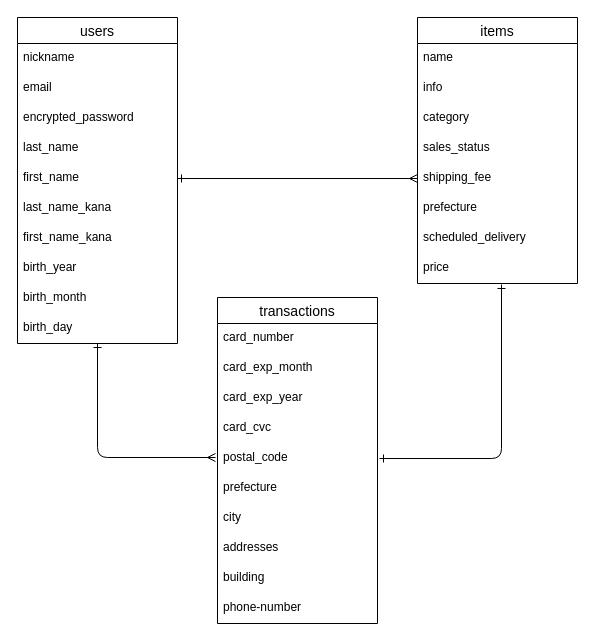
Above: ER.dio in xcattleyax/furima-37242 (draw.io), before the change. Source tidied: cells renumbered, new cells numbered last; positions are measured from the earlier drawing's top-left corner, leaving out a move shared by most shapes. Both pictures are drawn from the tidied source at 100%, with x=0, y=0 at pixel (17, 17).
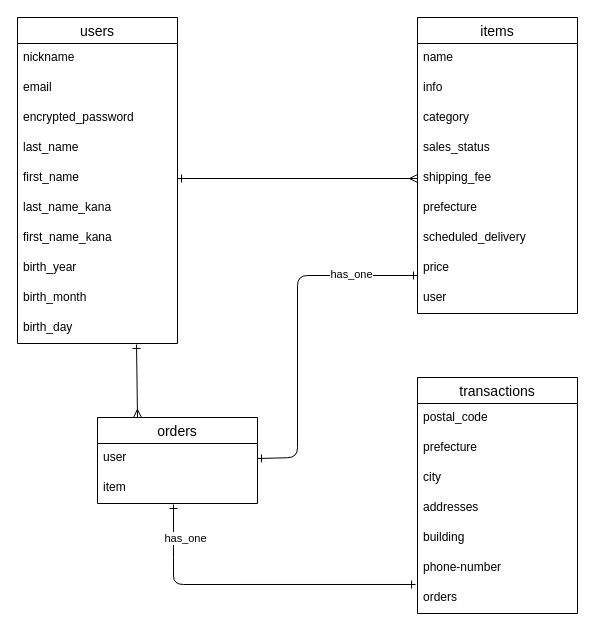
The same diagram, later.

Commit message (it also covers changes not shown here):
購入管理用にordersテーブル作成

The change refers to these unchanged cells:
```xml
<mxCell id="4" value="users" style="swimlane;fontStyle=0;horizontal=1;startSize=26;align=center;fontSize=14;" parent="1" vertex="1">
  <mxGeometry width="160" height="326" as="geometry" />
</mxCell>
<mxCell id="14" value="birth_day" style="text;strokeColor=none;fillColor=none;spacingLeft=4;spacingRight=4;overflow=hidden;points=[[0,0.5],[1,0.5]];portConstraint=eastwest;fontSize=12;" parent="4" vertex="1">
  <mxGeometry y="296" width="160" height="30" as="geometry" />
</mxCell>
```

The edit, as a diff of the source:
```diff
@@
-    <mxCell id="3" style="edgeStyle=none;html=1;startArrow=ERone;startFill=0;endArrow=ERmany;endFill=0;" parent="1" edge="1" source="4">
-      <mxGeometry relative="1" as="geometry">
-        <mxPoint x="198" y="440" as="targetPoint" />
-        <Array as="points">
-          <mxPoint x="80" y="440" />
-        </Array>
-      </mxGeometry>
+    <mxCell id="3" style="edgeStyle=none;html=1;startArrow=ERone;startFill=0;endArrow=ERmany;endFill=0;entryX=0.25;entryY=0;entryDx=0;entryDy=0;exitX=0.744;exitY=1.033;exitDx=0;exitDy=0;exitPerimeter=0;" parent="1" edge="1" source="14" target="41">
+      <mxGeometry relative="1" as="geometry" />
     </mxCell>
@@
     <mxCell id="15" value="items" style="swimlane;fontStyle=0;horizontal=1;startSize=26;align=center;fontSize=14;" parent="1" vertex="1">
-      <mxGeometry x="400" width="160" height="266" as="geometry" />
+      <mxGeometry x="400" width="160" height="296" as="geometry" />
     </mxCell>
@@
+    <mxCell id="36" value="price" style="text;strokeColor=none;fillColor=none;spacingLeft=4;spacingRight=4;overflow=hidden;points=[[0,0.5],[1,0.5]];portConstraint=eastwest;fontSize=12;" parent="15" vertex="1">
+      <mxGeometry y="236" width="160" height="30" as="geometry" />
+    </mxCell>
-    <mxCell id="23" value="price" style="text;strokeColor=none;fillColor=none;spacingLeft=4;spacingRight=4;overflow=hidden;points=[[0,0.5],[1,0.5]];portConstraint=eastwest;fontSize=12;" parent="15" vertex="1">
-      <mxGeometry y="236" width="160" height="30" as="geometry" />
+    <mxCell id="23" value="user" style="text;strokeColor=none;fillColor=none;spacingLeft=4;spacingRight=4;overflow=hidden;points=[[0,0.5],[1,0.5]];portConstraint=eastwest;fontSize=12;" parent="15" vertex="1">
+      <mxGeometry y="266" width="160" height="30" as="geometry" />
     </mxCell>
+    <mxCell id="37" style="edgeStyle=none;html=1;startArrow=ERone;startFill=0;endArrow=ERone;endFill=0;exitX=-0.012;exitY=0.033;exitDx=0;exitDy=0;entryX=0.475;entryY=1.033;entryDx=0;entryDy=0;entryPerimeter=0;exitPerimeter=0;" parent="1" edge="1" source="34" target="43">
+      <mxGeometry relative="1" as="geometry">
+        <Array as="points">
+          <mxPoint x="156" y="567" />
+          <mxPoint x="156" y="550" />
+        </Array>
+      </mxGeometry>
+    </mxCell>
+    <mxCell id="38" value="has_one" style="edgeLabel;html=1;align=center;verticalAlign=middle;" parent="37" vertex="1">
+      <mxGeometry x="0.4" y="1" relative="1" as="geometry">
+        <mxPoint x="-6" y="-47" as="offset" />
+      </mxGeometry>
+    </mxCell>
     <mxCell id="24" value="transactions" style="swimlane;fontStyle=0;horizontal=1;startSize=26;align=center;fontSize=14;" parent="1" vertex="1">
-      <mxGeometry x="200" y="280" width="160" height="326" as="geometry" />
+      <mxGeometry x="400" y="360" width="160" height="236" as="geometry" />
     </mxCell>
-    <mxCell id="25" value="card_number" style="text;strokeColor=none;fillColor=none;spacingLeft=4;spacingRight=4;overflow=hidden;fontSize=12;" parent="24" vertex="1">
-      <mxGeometry y="26" width="160" height="30" as="geometry" />
-    </mxCell>
-    <mxCell id="26" value="card_exp_month" style="text;strokeColor=none;fillColor=none;spacingLeft=4;spacingRight=4;overflow=hidden;fontSize=12;" parent="24" vertex="1">
-      <mxGeometry y="56" width="160" height="30" as="geometry" />
-    </mxCell>
-    <mxCell id="27" value="card_exp_year" style="text;strokeColor=none;fillColor=none;spacingLeft=4;spacingRight=4;overflow=hidden;fontSize=12;" parent="24" vertex="1">
-      <mxGeometry y="86" width="160" height="30" as="geometry" />
-    </mxCell>
-    <mxCell id="28" value="card_cvc" style="text;strokeColor=none;fillColor=none;spacingLeft=4;spacingRight=4;overflow=hidden;fontSize=12;" parent="24" vertex="1">
-      <mxGeometry y="116" width="160" height="30" as="geometry" />
-    </mxCell>
     <mxCell id="29" value="postal_code" style="text;strokeColor=none;fillColor=none;spacingLeft=4;spacingRight=4;overflow=hidden;fontSize=12;" parent="24" vertex="1">
-      <mxGeometry y="146" width="160" height="30" as="geometry" />
+      <mxGeometry y="26" width="160" height="30" as="geometry" />
     </mxCell>
     <mxCell id="30" value="prefecture" style="text;strokeColor=none;fillColor=none;spacingLeft=4;spacingRight=4;overflow=hidden;fontSize=12;" parent="24" vertex="1">
-      <mxGeometry y="176" width="160" height="30" as="geometry" />
+      <mxGeometry y="56" width="160" height="30" as="geometry" />
     </mxCell>
     <mxCell id="31" value="city" style="text;strokeColor=none;fillColor=none;spacingLeft=4;spacingRight=4;overflow=hidden;fontSize=12;" parent="24" vertex="1">
-      <mxGeometry y="206" width="160" height="30" as="geometry" />
+      <mxGeometry y="86" width="160" height="30" as="geometry" />
     </mxCell>
     <mxCell id="32" value="addresses" style="text;strokeColor=none;fillColor=none;spacingLeft=4;spacingRight=4;overflow=hidden;fontSize=12;" parent="24" vertex="1">
-      <mxGeometry y="236" width="160" height="30" as="geometry" />
+      <mxGeometry y="116" width="160" height="30" as="geometry" />
     </mxCell>
     <mxCell id="33" value="building" style="text;strokeColor=none;fillColor=none;spacingLeft=4;spacingRight=4;overflow=hidden;fontSize=12;" parent="24" vertex="1">
-      <mxGeometry y="266" width="160" height="30" as="geometry" />
+      <mxGeometry y="146" width="160" height="30" as="geometry" />
     </mxCell>
+    <mxCell id="39" value="phone-number" style="text;strokeColor=none;fillColor=none;spacingLeft=4;spacingRight=4;overflow=hidden;fontSize=12;" parent="24" vertex="1">
+      <mxGeometry y="176" width="160" height="30" as="geometry" />
+    </mxCell>
-    <mxCell id="34" value="phone-number" style="text;strokeColor=none;fillColor=none;spacingLeft=4;spacingRight=4;overflow=hidden;points=[[0,0.5],[1,0.5]];portConstraint=eastwest;fontSize=12;" parent="24" vertex="1">
-      <mxGeometry y="296" width="160" height="30" as="geometry" />
+    <mxCell id="34" value="orders" style="text;strokeColor=none;fillColor=none;spacingLeft=4;spacingRight=4;overflow=hidden;points=[[0,0.5],[1,0.5]];portConstraint=eastwest;fontSize=12;" parent="24" vertex="1">
+      <mxGeometry y="206" width="160" height="30" as="geometry" />
     </mxCell>
-    <mxCell id="35" style="edgeStyle=none;html=1;entryX=0.525;entryY=1.033;entryDx=0;entryDy=0;entryPerimeter=0;startArrow=ERone;startFill=0;endArrow=ERone;endFill=0;" parent="1" edge="1" target="23">
+    <mxCell id="35" style="edgeStyle=none;html=1;entryX=0;entryY=0.733;entryDx=0;entryDy=0;entryPerimeter=0;startArrow=ERone;startFill=0;endArrow=ERone;endFill=0;exitX=1;exitY=0.5;exitDx=0;exitDy=0;" parent="1" edge="1" source="42" target="36">
       <mxGeometry relative="1" as="geometry">
-        <mxPoint x="362" y="441" as="sourcePoint" />
         <Array as="points">
-          <mxPoint x="484" y="441" />
+          <mxPoint x="280" y="440" />
+          <mxPoint x="280" y="258" />
         </Array>
       </mxGeometry>
     </mxCell>
+    <mxCell id="40" value="has_one" style="edgeLabel;html=1;align=center;verticalAlign=middle;" parent="35" vertex="1">
+      <mxGeometry x="0.81" y="1" relative="1" as="geometry">
+        <mxPoint x="-34" as="offset" />
+      </mxGeometry>
+    </mxCell>
+    <mxCell id="41" value="orders" style="swimlane;fontStyle=0;horizontal=1;startSize=26;align=center;fontSize=14;" parent="1" vertex="1">
+      <mxGeometry x="80" y="400" width="160" height="86" as="geometry" />
+    </mxCell>
+    <mxCell id="42" value="user" style="text;strokeColor=none;fillColor=none;spacingLeft=4;spacingRight=4;overflow=hidden;points=[[0,0.5],[1,0.5]];portConstraint=eastwest;fontSize=12;" parent="41" vertex="1">
+      <mxGeometry y="26" width="160" height="30" as="geometry" />
+    </mxCell>
+    <mxCell id="43" value="item" style="text;strokeColor=none;fillColor=none;spacingLeft=4;spacingRight=4;overflow=hidden;points=[[0,0.5],[1,0.5]];portConstraint=eastwest;fontSize=12;" parent="41" vertex="1">
+      <mxGeometry y="56" width="160" height="30" as="geometry" />
+    </mxCell>
```
